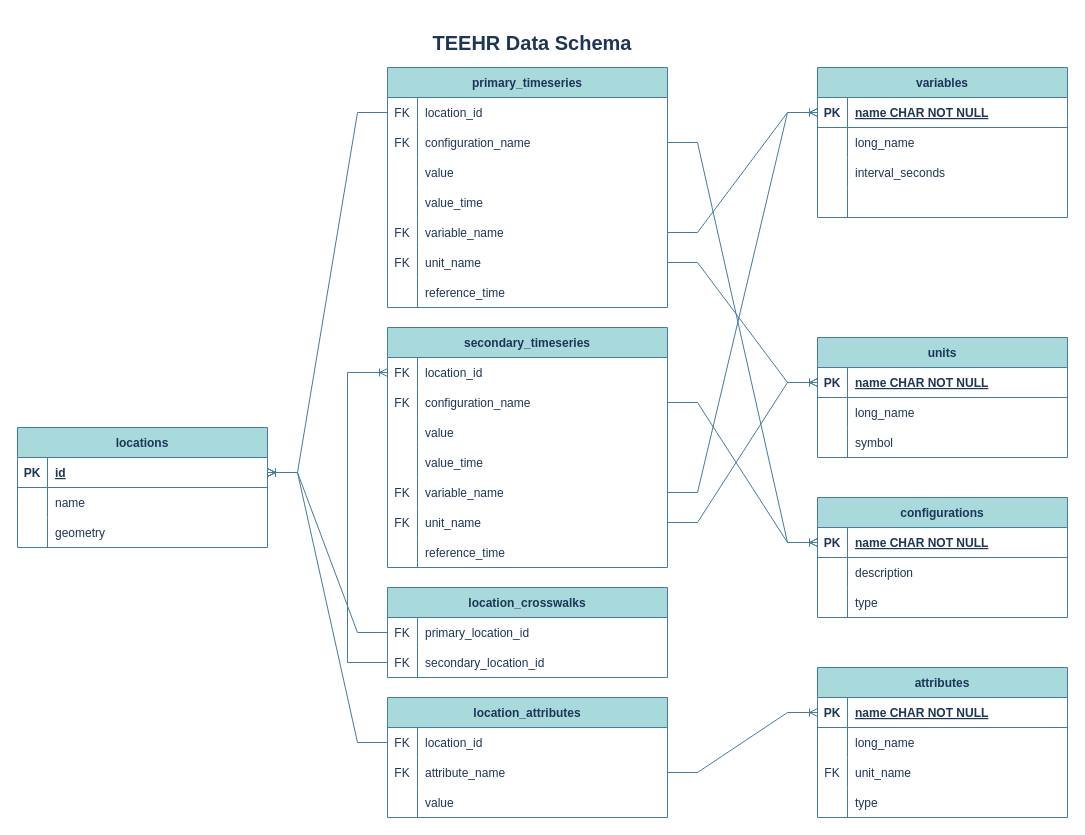
Before: playground/design/teehr-schema.drawio in RTIInternational/teehr, a draw.io diagram. Source tidied: cells renumbered, new cells numbered last; positions are measured from the earlier drawing's top-left corner, leaving out a move shared by most shapes. Both pictures are drawn from the tidied source at 100%, with x=0, y=0 at pixel (17, 17).
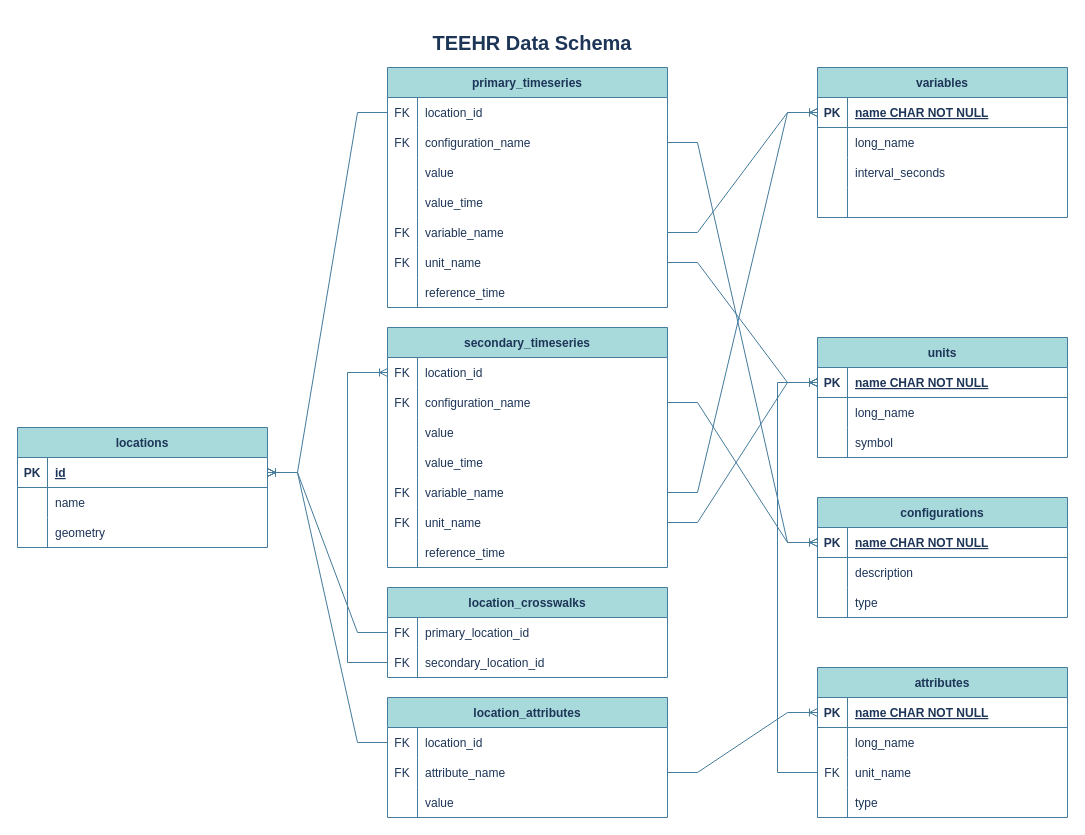
Above is the later version.

Unchanged cells that the change refers to:
```xml
<mxCell id="49" style="shape=partialRectangle;fillColor=none;points=[[0,0.5],[1,0.5]];portConstraint=eastwest;top=0;left=0;right=0;bottom=1;labelBackgroundColor=none;strokeColor=#457B9D;fontColor=#1D3557;" parent="48" vertex="1">
  <mxGeometry y="30" width="250" height="30" as="geometry" />
</mxCell>
<mxCell id="82" style="shape=partialRectangle;fillColor=none;points=[[0,0.5],[1,0.5]];portConstraint=eastwest;top=0;left=0;right=0;bottom=0;labelBackgroundColor=none;strokeColor=#457B9D;fontColor=#1D3557;" parent="75" vertex="1">
  <mxGeometry y="90" width="250" height="30" as="geometry" />
</mxCell>
```

What changed in the source:
```diff
@@
+    <mxCell id="131" style="edgeStyle=elbowEdgeStyle;fontSize=12;html=1;endArrow=ERoneToMany;rounded=0;entryX=0;entryY=0.5;entryDx=0;entryDy=0;exitX=0;exitY=0.5;exitDx=0;exitDy=0;labelBackgroundColor=none;strokeColor=#457B9D;fontColor=default;" parent="1" edge="1" source="82" target="49">
+      <mxGeometry relative="1" as="geometry">
+        <Array as="points">
+          <mxPoint x="760" y="560" />
+        </Array>
+      </mxGeometry>
+    </mxCell>
```
